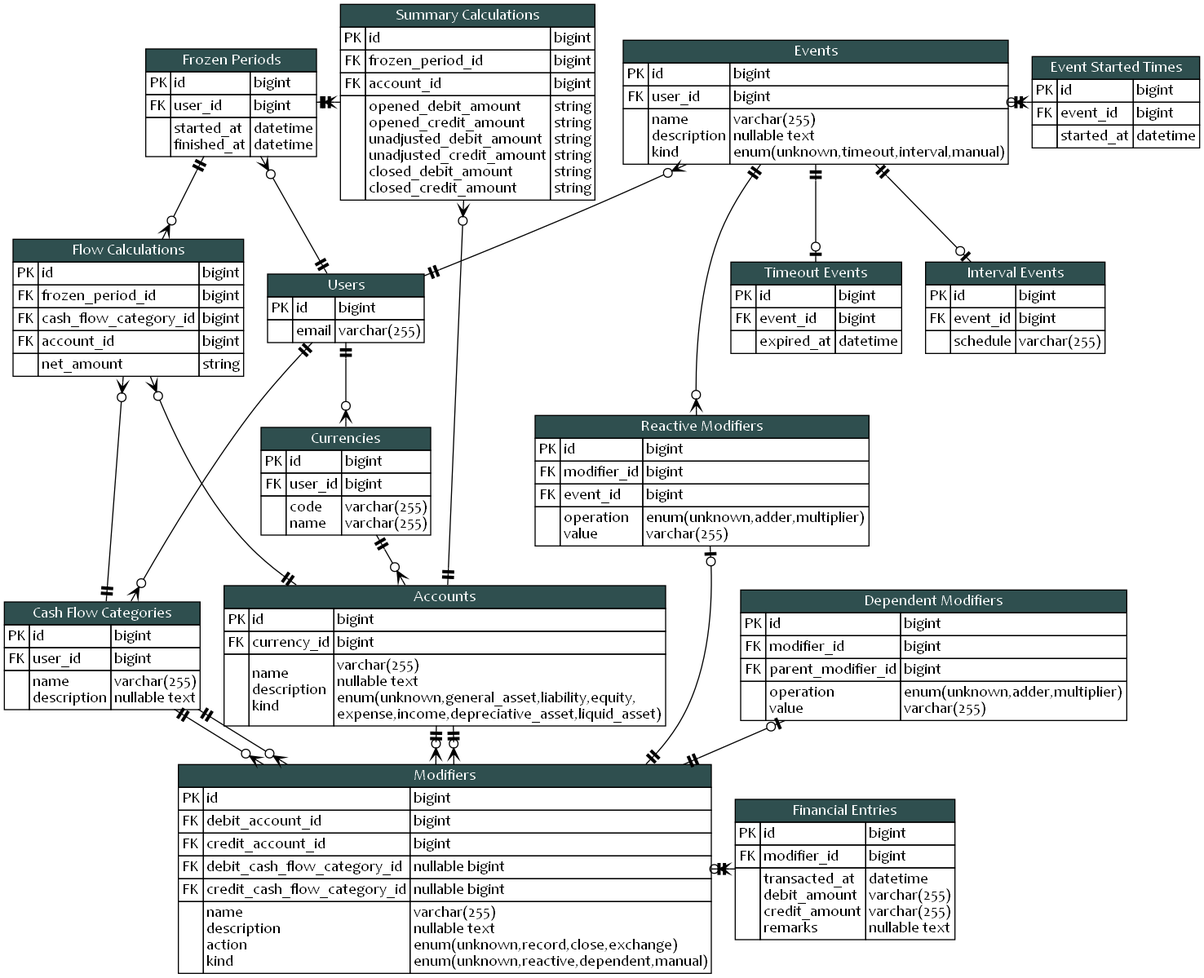
This is blueprint/erd.png from KennethTrecy/peratorakka_server, a Graphviz export, as it was before one commit. Its source is kept beside it as blueprint/erd.dot.
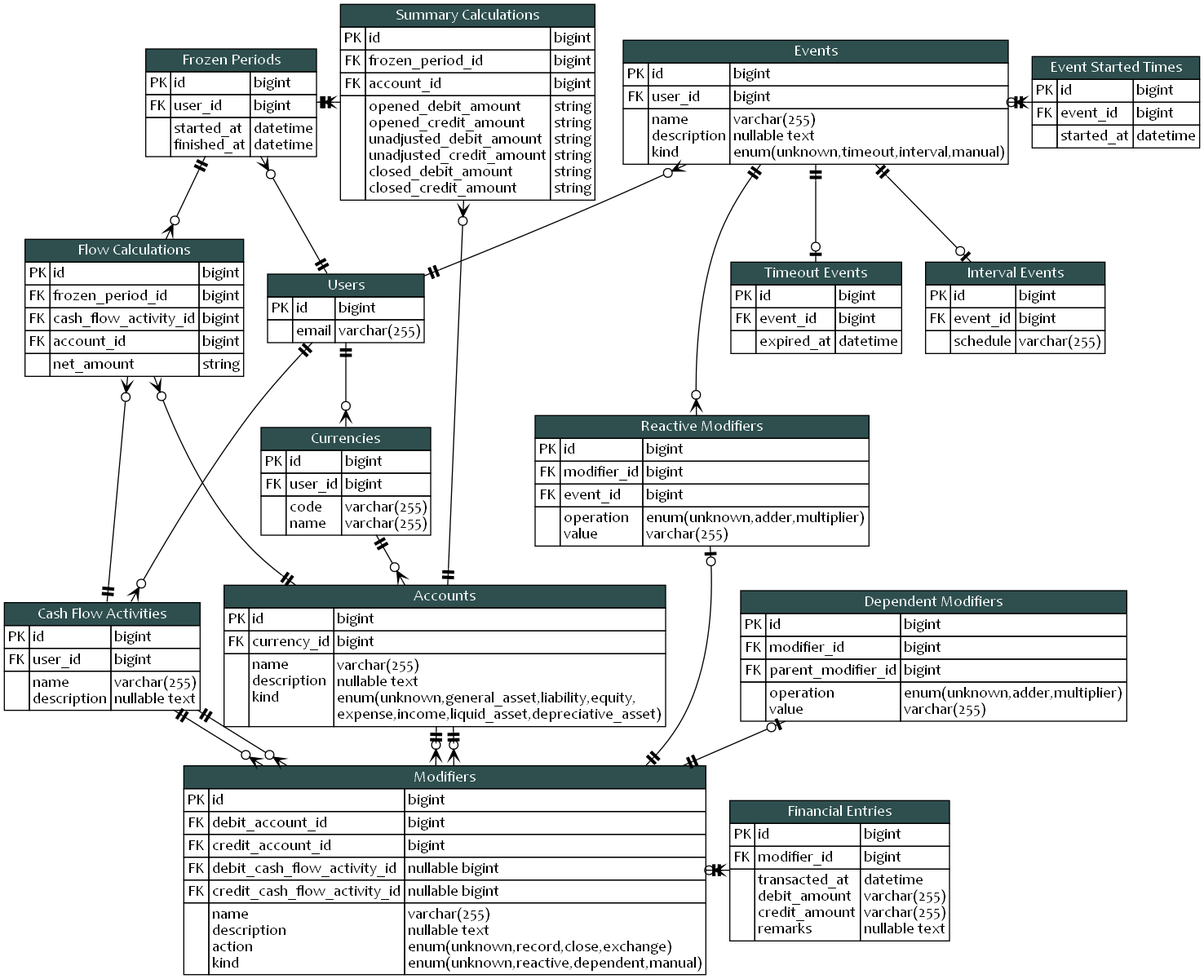
Later version of the same file.

Commit message:
docs(blueprint): rename cash flow activities

The edit, as a diff of the source:
```diff
@@ -67,13 +67,13 @@
 			</table>
 			>
 		]
-		cash_flow_categories [
+		cash_flow_activities [
 			label = <
 			<table cellspacing="0" border="0" cellborder="1">
 				<tr>
 					<td colspan="3" bgcolor="darkslategray">
 						<font color="white">
-							Cash Flow Categories
+							Cash Flow Activities
 						</font>
 					</td>
 				</tr>
@@ -126,12 +126,12 @@
 					<td align="left">
 						name<br align="left"/>
 						description<br align="left"/>
-						kind<br align="left"/>
+						kind<br align="left"/><br align="left"/>
 					</td>
 					<td align="left">
 						varchar(255)<br align="left"/>
 						nullable text<br align="left"/>
-						enum(unknown,general_asset,liability,equity,<br align="left"/>expense,income,depreciative_asset,liquid_asset)<br align="left"/>
+						enum(unknown,general_asset,liability,equity,<br align="left"/>expense,income,liquid_asset,depreciative_asset)<br align="left"/>
 					</td>
 				</tr>
 			</table>
@@ -296,12 +296,12 @@
 				</tr>
 				<tr>
 					<td>FK</td>
-					<td align="left">debit_cash_flow_category_id</td>
+					<td align="left">debit_cash_flow_activity_id</td>
 					<td align="left">nullable bigint</td>
 				</tr>
 				<tr>
 					<td>FK</td>
-					<td align="left">credit_cash_flow_category_id</td>
+					<td align="left">credit_cash_flow_activity_id</td>
 					<td align="left">nullable bigint</td>
 				</tr>
 				<tr>
@@ -541,7 +541,7 @@
 				</tr>
 				<tr>
 					<td>FK</td>
-					<td align="left">cash_flow_category_id</td>
+					<td align="left">cash_flow_activity_id</td>
 					<td align="left">bigint</td>
 				</tr>
 				<tr>
@@ -583,8 +583,8 @@
 		]
 
 		users -> currencies
-		users -> cash_flow_categories
-		cash_flow_categories -> flow_calculations
+		users -> cash_flow_activities
+		cash_flow_activities -> flow_calculations
 		currencies -> accounts
 		users -> events
 		accounts -> modifiers
@@ -594,8 +594,8 @@
 		modifiers -> financial_entries
 		users -> frozen_periods
 		accounts -> summary_calculations
-		cash_flow_categories -> modifiers
-		cash_flow_categories -> modifiers
+		cash_flow_activities -> modifiers
+		cash_flow_activities -> modifiers
 		frozen_periods -> flow_calculations
 		accounts -> flow_calculations
 	}
@@ -641,7 +641,7 @@
 	{
 		rank = same;
 		accounts
-		cash_flow_categories
+		cash_flow_activities
 		dependent_modifiers
 	}
 
```
